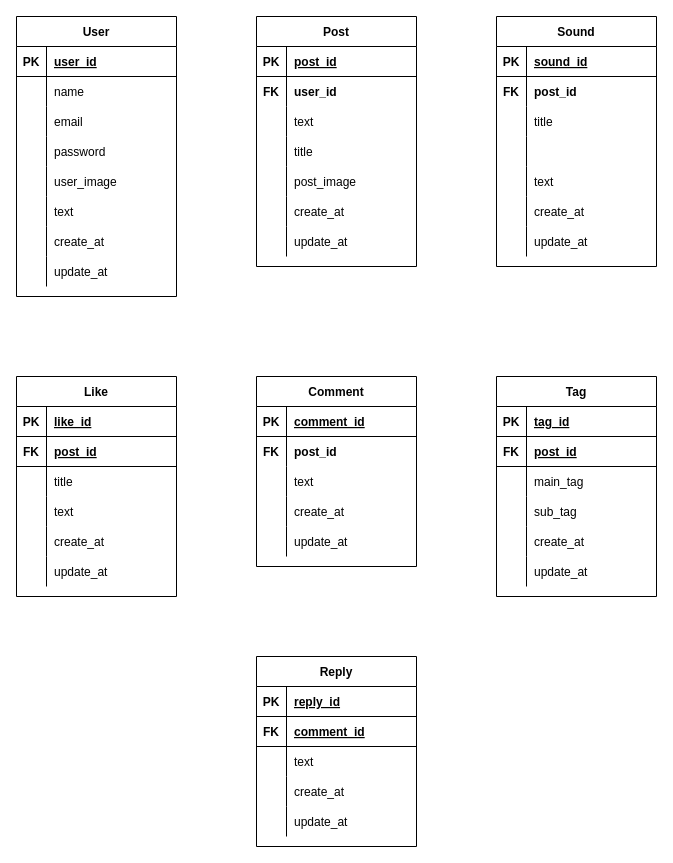
This is page "ページ3" (3 of 3) of portfolio.drawio from ueki397/test, a draw.io file, before an edit. Source tidied: cells renumbered, new cells numbered last; positions are measured from the earlier drawing's top-left corner, leaving out a move shared by most shapes. Both pictures are drawn from the tidied source at 100%, with x=0, y=0 at pixel (16, 16).
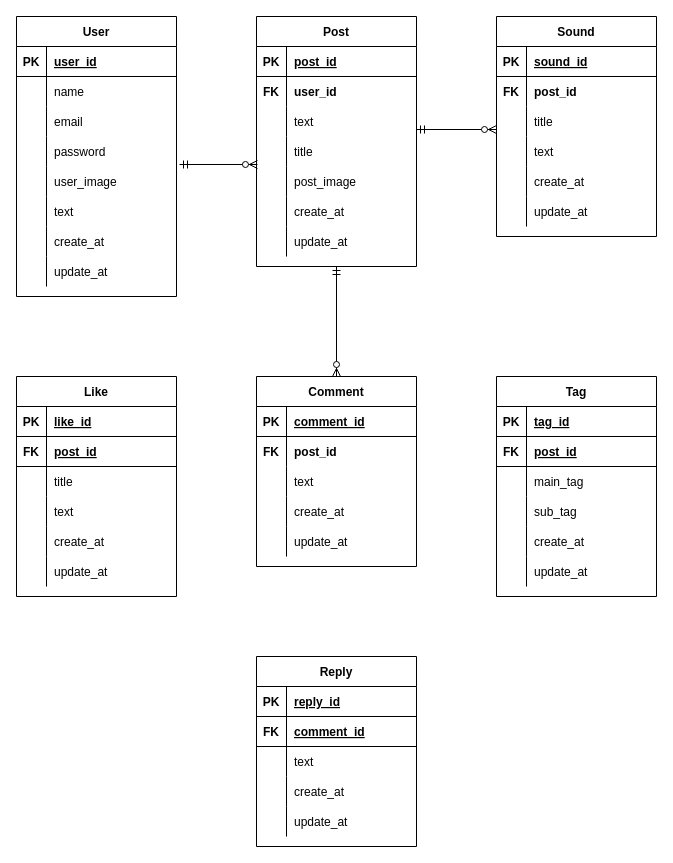
The same page after the edit.

The change refers to these unchanged cells:
```xml
<mxCell id="27" value="Post" style="shape=table;startSize=30;childLayout=tableLayout;rowLines=0;fontStyle=1;align=center;" parent="1" vertex="1">
  <mxGeometry x="240" width="160" height="250" as="geometry" />
</mxCell>
<mxCell id="34" style="shape=partialRectangle;fillColor=none;top=0;left=0;bottom=0;right=0;points=[[0,0.5],[1,0.5]];portConstraint=eastwest;" parent="27" vertex="1">
  <mxGeometry y="90" width="160" height="30" as="geometry" />
</mxCell>
<mxCell id="40" style="shape=partialRectangle;fillColor=none;top=0;left=0;bottom=0;right=0;points=[[0,0.5],[1,0.5]];portConstraint=eastwest;" parent="27" vertex="1">
  <mxGeometry y="150" width="160" height="30" as="geometry" />
</mxCell>
<mxCell id="90" value="Comment" style="shape=table;startSize=30;childLayout=tableLayout;rowLines=0;fontStyle=1;align=center;" parent="1" vertex="1">
  <mxGeometry x="240" y="360" width="160" height="190" as="geometry" />
</mxCell>
```

The edit, as a diff of the source:
```diff
@@
     <mxCell id="49" value="Sound" style="shape=table;startSize=30;childLayout=tableLayout;rowLines=0;fontStyle=1;align=center;" parent="1" vertex="1">
-      <mxGeometry x="480" width="160" height="250" as="geometry" />
+      <mxGeometry x="480" width="160" height="220" as="geometry" />
     </mxCell>
@@
-    <mxCell id="59" style="shape=partialRectangle;fillColor=none;top=0;left=0;bottom=0;right=0;" parent="49" vertex="1">
-      <mxGeometry y="120" width="160" height="30" as="geometry" />
-    </mxCell>
-    <mxCell id="60" style="shape=partialRectangle;fillColor=none;top=0;left=0;bottom=0;right=0;overflow=hidden;" parent="59" vertex="1">
-      <mxGeometry width="30" height="30" as="geometry" />
-    </mxCell>
-    <mxCell id="61" style="shape=partialRectangle;fillColor=none;top=0;left=0;bottom=0;right=0;align=left;spacingLeft=6;overflow=hidden;" parent="59" vertex="1">
-      <mxGeometry x="30" width="130" height="30" as="geometry" />
-    </mxCell>
     <mxCell id="62" style="shape=partialRectangle;fillColor=none;top=0;left=0;bottom=0;right=0;" parent="49" vertex="1">
-      <mxGeometry y="150" width="160" height="30" as="geometry" />
+      <mxGeometry y="120" width="160" height="30" as="geometry" />
     </mxCell>
@@
     <mxCell id="65" style="shape=partialRectangle;fillColor=none;top=0;left=0;bottom=0;right=0;" parent="49" vertex="1">
-      <mxGeometry y="180" width="160" height="30" as="geometry" />
+      <mxGeometry y="150" width="160" height="30" as="geometry" />
     </mxCell>
@@
     <mxCell id="68" style="shape=partialRectangle;fillColor=none;top=0;left=0;bottom=0;right=0;" parent="49" vertex="1">
-      <mxGeometry y="210" width="160" height="30" as="geometry" />
+      <mxGeometry y="180" width="160" height="30" as="geometry" />
     </mxCell>
@@
+    <mxCell id="141" style="fontSize=12;html=1;endArrow=ERzeroToMany;startArrow=ERmandOne;entryX=0.006;entryY=-0.067;entryDx=0;entryDy=0;entryPerimeter=0;" parent="1" edge="1" target="40">
+      <mxGeometry relative="1" as="geometry">
+        <mxPoint x="163" y="148" as="sourcePoint" />
+      </mxGeometry>
+    </mxCell>
+    <mxCell id="142" style="fontSize=12;html=1;endArrow=ERzeroToMany;startArrow=ERmandOne;exitX=1;exitY=0.767;exitDx=0;exitDy=0;exitPerimeter=0;entryX=0;entryY=0.5;entryDx=0;entryDy=0;" parent="1" edge="1" source="34">
+      <mxGeometry relative="1" as="geometry">
+        <mxPoint x="480" y="113" as="targetPoint" />
+      </mxGeometry>
+    </mxCell>
+    <mxCell id="143" style="fontSize=12;html=1;endArrow=ERzeroToMany;startArrow=ERmandOne;exitX=0.5;exitY=1;exitDx=0;exitDy=0;entryX=0.5;entryY=0;entryDx=0;entryDy=0;rounded=1;jumpStyle=none;sketch=0;" parent="1" edge="1" source="27" target="90">
+      <mxGeometry relative="1" as="geometry" />
+    </mxCell>
```
